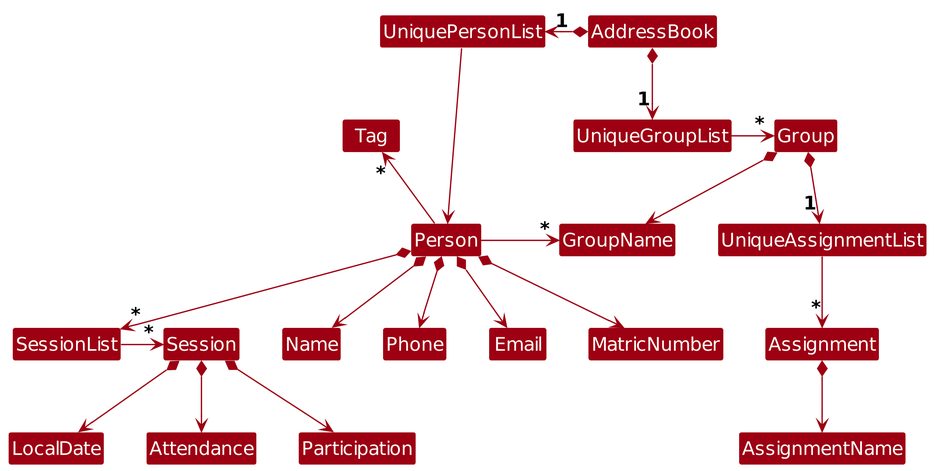
Earlier version of the PlantUML export diagrams/BetterModelClassDiagram.png (AY2526S2-CS2103T-F14-1/tp). Its source is kept beside it as diagrams/BetterModelClassDiagram.puml.
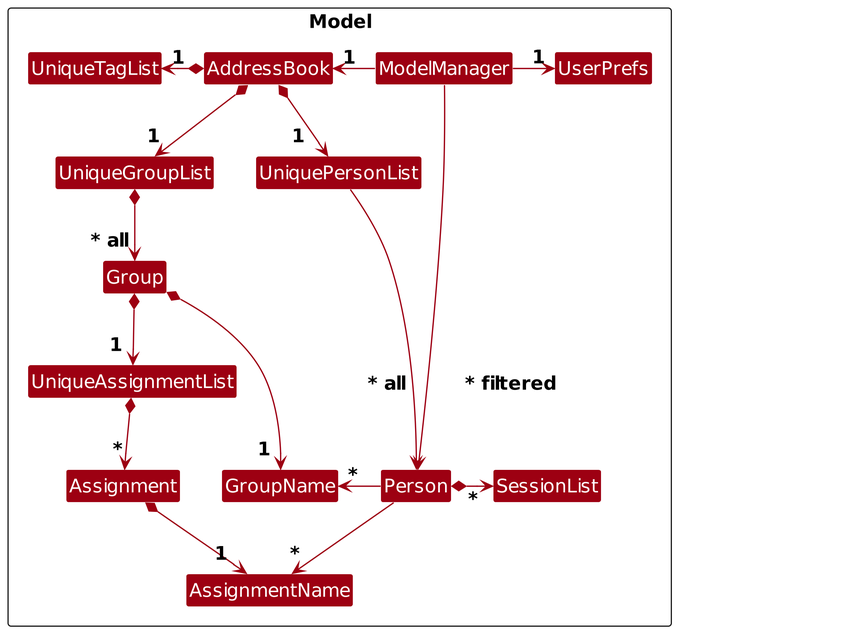
Later version of the same file.

What changed in the source:
```diff
@@ -4,32 +4,45 @@
 skinparam arrowColor MODEL_COLOR
 skinparam classBackgroundColor MODEL_COLOR
 
-AddressBook *-left-> "1" UniquePersonList
-AddressBook *-down-> "1" UniqueGroupList
+Package Model as ModelPackage <<Rectangle>> {
+Class AddressBook
+Class ModelManager
+Class UserPrefs
 
-UniquePersonList -right-> Person
-UniqueGroupList -right-> "*" Group
+Class UniquePersonList
+Class UniqueGroupList
+Class UniqueAssignmentList
+Class UniqueTagList
+Class Group
+Class GroupName
+Class Assignment
+Class AssignmentName
+Class SessionList
+Class Person
 
-Group *--> GroupName
-Group *-down-> "1" UniqueAssignmentList
-UniqueAssignmentList -right-> "*" Assignment
-Assignment *--> AssignmentName
+Class I #FFFFFF
+}
 
-Person --up> "*" Tag
-Person -right-> "*" GroupName
-Person *--> Name
-Person *--> Phone
-Person *--> Email
-Person *--> MatricNumber
-Person *-down-> "*" SessionList
+Class HiddenOutside #FFFFFF
 
-SessionList -right-> "*" Session
-Session *--> LocalDate
-Session *--> Attendance
-Session *--> Participation
+ModelManager -left-> "1" AddressBook
+ModelManager -right-> "1" UserPrefs
 
-Name -[hidden]right-> Phone
-Phone -[hidden]right-> Email
-Email -[hidden]right-> MatricNumber
-GroupName -[hidden]down-> Assignment
+AddressBook *--> "1  " UniquePersonList
+AddressBook *--> " 1" UniqueGroupList
+AddressBook *--left> "1 " UniqueTagList
+UniquePersonList ----> " ~* all \n\n\n" Person
+UniqueGroupList  *--> "~* all" Group
+Group *-> "1 " GroupName
+Group *--> "1 " UniqueAssignmentList
+UniqueAssignmentList *--> " *" Assignment
+Assignment *--> "1 " AssignmentName
+Person -> "*" GroupName
+Person *-> " * " SessionList
+Person --> "*" AssignmentName
+
+Person -[hidden]up--> I
+UniquePersonList -[hidden]right-> I
+
+ModelManager --> "        ~* filtered\n\n\n" Person
 @enduml
```
